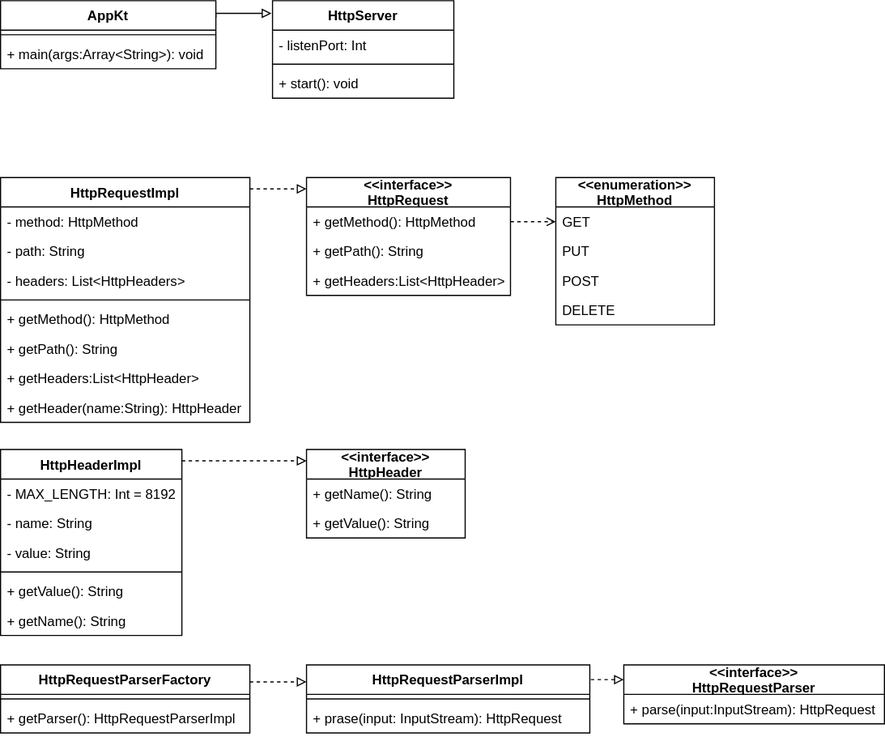
Earlier version of the draw.io export drawio/design.dio.svg (omuomu/http-server-kotlin). Source tidied: cells renumbered, new cells last; positions are measured from the earlier drawing's top-left corner, leaving out a move shared by most shapes.
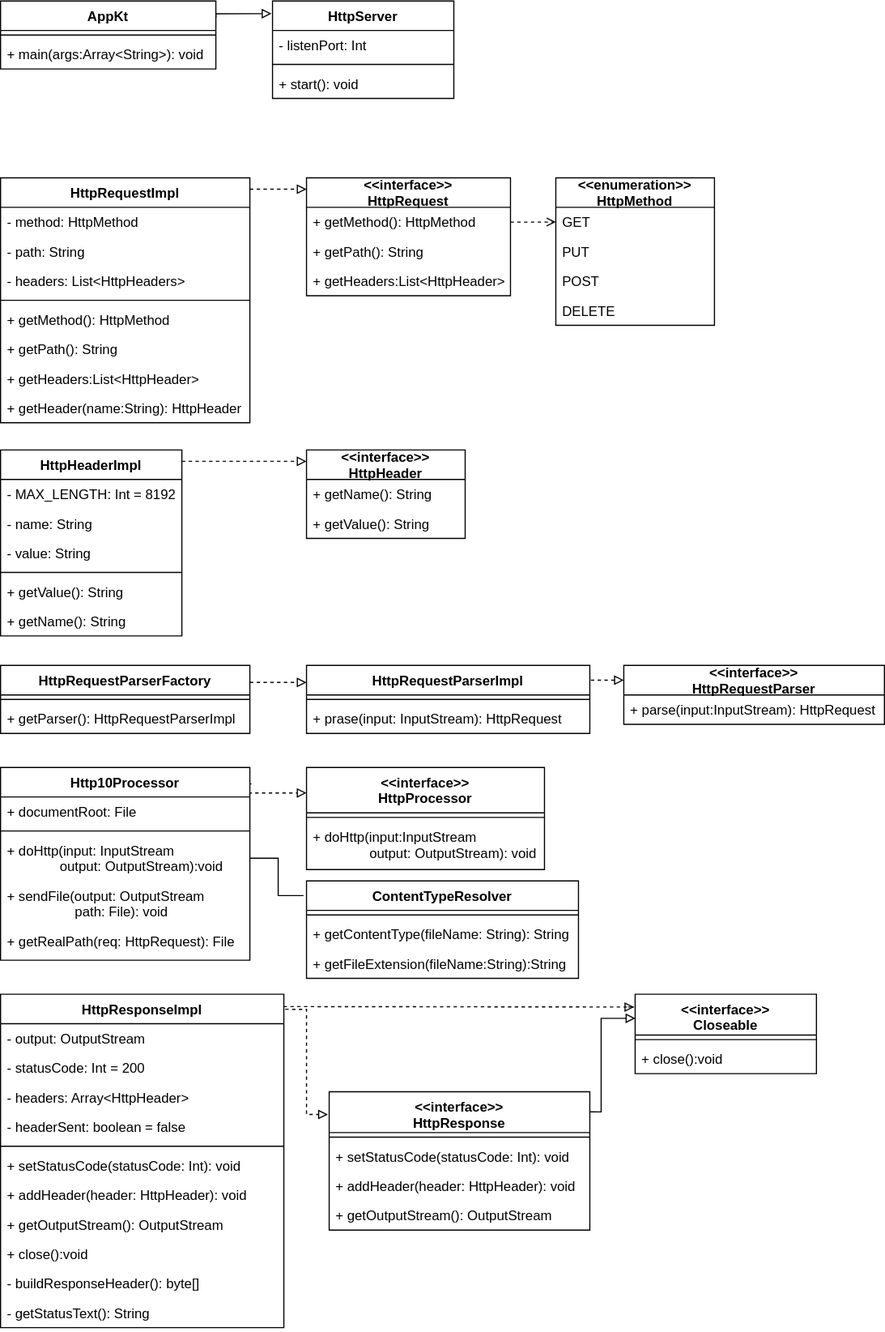
After the commit.

Change to the diagram source:
```diff
@@ -169,5 +169,137 @@
     <mxCell id="50" value="+ prase(input: InputStream): HttpRequest" style="text;strokeColor=none;fillColor=none;align=left;verticalAlign=top;spacingLeft=4;spacingRight=4;overflow=hidden;" parent="48" vertex="1">
       <mxGeometry y="34" width="250" height="26" as="geometry" />
     </mxCell>
+    <mxCell id="51" style="edgeStyle=orthogonalEdgeStyle;rounded=0;jettySize=auto;html=1;exitX=1.006;exitY=0.085;exitDx=0;exitDy=0;entryX=0;entryY=0.25;entryDx=0;entryDy=0;exitPerimeter=0;endArrow=block;endFill=0;dashed=1;" parent="1" edge="1" source="63" target="56">
+      <mxGeometry relative="1" as="geometry">
+        <Array as="points">
+          <mxPoint x="101" y="699" />
+        </Array>
+      </mxGeometry>
+    </mxCell>
+    <mxCell id="52" style="edgeStyle=orthogonalEdgeStyle;rounded=0;jettySize=auto;html=1;exitX=1;exitY=0.5;exitDx=0;exitDy=0;entryX=-0.011;entryY=0.151;entryDx=0;entryDy=0;entryPerimeter=0;startArrow=none;startFill=0;endArrow=none;endFill=0;" parent="1" edge="1" source="66" target="59">
+      <mxGeometry relative="1" as="geometry" />
+    </mxCell>
+    <mxCell id="53" style="edgeStyle=orthogonalEdgeStyle;rounded=0;jettySize=auto;html=1;exitX=0.999;exitY=0.145;exitDx=0;exitDy=0;entryX=0.001;entryY=0.303;entryDx=0;entryDy=0;startArrow=none;startFill=0;endArrow=block;endFill=0;exitPerimeter=0;entryPerimeter=0;" parent="1" edge="1" source="84" target="81">
+      <mxGeometry relative="1" as="geometry">
+        <Array as="points">
+          <mxPoint x="530" y="980" />
+          <mxPoint x="530" y="897" />
+        </Array>
+      </mxGeometry>
+    </mxCell>
+    <mxCell id="54" style="edgeStyle=orthogonalEdgeStyle;rounded=0;jettySize=auto;html=1;exitX=0.999;exitY=0.037;exitDx=0;exitDy=0;startArrow=none;startFill=0;endArrow=block;endFill=0;dashed=1;exitPerimeter=0;entryX=-0.005;entryY=0.161;entryDx=0;entryDy=0;entryPerimeter=0;" parent="1" edge="1" source="69" target="81">
+      <mxGeometry relative="1" as="geometry">
+        <Array as="points">
+          <mxPoint x="559" y="887" />
+        </Array>
+      </mxGeometry>
+    </mxCell>
+    <mxCell id="55" style="edgeStyle=orthogonalEdgeStyle;rounded=0;jettySize=auto;html=1;exitX=1.005;exitY=0.045;exitDx=0;exitDy=0;entryX=-0.005;entryY=0.164;entryDx=0;entryDy=0;startArrow=none;startFill=0;endArrow=block;endFill=0;dashed=1;exitPerimeter=0;entryPerimeter=0;" parent="1" edge="1" source="69" target="84">
+      <mxGeometry relative="1" as="geometry">
+        <Array as="points">
+          <mxPoint x="270" y="889" />
+          <mxPoint x="270" y="982" />
+        </Array>
+      </mxGeometry>
+    </mxCell>
+    <mxCell id="56" value="&lt;&lt;interface&gt;&gt;&#10;HttpProcessor" style="swimlane;fontStyle=1;align=center;verticalAlign=top;horizontal=1;startSize=40;" parent="1" vertex="1">
+      <mxGeometry x="270" y="676" width="210" height="90" as="geometry" />
+    </mxCell>
+    <mxCell id="57" style="line;strokeWidth=1;fillColor=none;align=left;verticalAlign=middle;spacingTop=-1;spacingLeft=3;spacingRight=3;labelPosition=right;" parent="56" vertex="1">
+      <mxGeometry y="40" width="210" height="8" as="geometry" />
+    </mxCell>
+    <mxCell id="58" value="+ doHttp(input:InputStream&#10;               output: OutputStream): void" style="text;strokeColor=none;fillColor=none;align=left;verticalAlign=top;spacingLeft=4;spacingRight=4;overflow=hidden;" parent="56" vertex="1">
+      <mxGeometry y="48" width="210" height="42" as="geometry" />
+    </mxCell>
+    <mxCell id="59" value="ContentTypeResolver" style="swimlane;fontStyle=1;align=center;verticalAlign=top;horizontal=1;startSize=26;" parent="1" vertex="1">
+      <mxGeometry x="270" y="776" width="240" height="86" as="geometry" />
+    </mxCell>
+    <mxCell id="60" style="line;strokeWidth=1;fillColor=none;align=left;verticalAlign=middle;spacingTop=-1;spacingLeft=3;spacingRight=3;labelPosition=right;" parent="59" vertex="1">
+      <mxGeometry y="26" width="240" height="8" as="geometry" />
+    </mxCell>
+    <mxCell id="61" value="+ getContentType(fileName: String): String" style="text;strokeColor=none;fillColor=none;align=left;verticalAlign=top;spacingLeft=4;spacingRight=4;overflow=hidden;" parent="59" vertex="1">
+      <mxGeometry y="34" width="240" height="26" as="geometry" />
+    </mxCell>
+    <mxCell id="62" value="+ getFileExtension(fileName:String):String" style="text;strokeColor=none;fillColor=none;align=left;verticalAlign=top;spacingLeft=4;spacingRight=4;overflow=hidden;" parent="59" vertex="1">
+      <mxGeometry y="60" width="240" height="26" as="geometry" />
+    </mxCell>
+    <mxCell id="63" value="Http10Processor" style="swimlane;fontStyle=1;align=center;verticalAlign=top;horizontal=1;startSize=26;" parent="1" vertex="1">
+      <mxGeometry y="676" width="220" height="170" as="geometry" />
+    </mxCell>
+    <mxCell id="64" value="+ documentRoot: File" style="text;strokeColor=none;fillColor=none;align=left;verticalAlign=top;spacingLeft=4;spacingRight=4;overflow=hidden;" parent="63" vertex="1">
+      <mxGeometry y="26" width="220" height="26" as="geometry" />
+    </mxCell>
+    <mxCell id="65" style="line;strokeWidth=1;fillColor=none;align=left;verticalAlign=middle;spacingTop=-1;spacingLeft=3;spacingRight=3;labelPosition=right;" parent="63" vertex="1">
+      <mxGeometry y="52" width="220" height="8" as="geometry" />
+    </mxCell>
+    <mxCell id="66" value="+ doHttp(input: InputStream&#10;              output: OutputStream):void" style="text;strokeColor=none;fillColor=none;align=left;verticalAlign=top;spacingLeft=4;spacingRight=4;overflow=hidden;points=[[0,0.5],[1,0.5]];portConstraint=eastwest;" parent="63" vertex="1">
+      <mxGeometry y="60" width="220" height="40" as="geometry" />
+    </mxCell>
+    <mxCell id="67" value="+ sendFile(output: OutputStream&#10;                  path: File): void" style="text;strokeColor=none;fillColor=none;align=left;verticalAlign=top;spacingLeft=4;spacingRight=4;overflow=hidden;" parent="63" vertex="1">
+      <mxGeometry y="100" width="220" height="40" as="geometry" />
+    </mxCell>
+    <mxCell id="68" value="+ getRealPath(req: HttpRequest): File" style="text;strokeColor=none;fillColor=none;align=left;verticalAlign=top;spacingLeft=4;spacingRight=4;overflow=hidden;" parent="63" vertex="1">
+      <mxGeometry y="140" width="220" height="30" as="geometry" />
+    </mxCell>
+    <mxCell id="69" value="HttpResponseImpl" style="swimlane;fontStyle=1;align=center;verticalAlign=top;horizontal=1;startSize=26;" parent="1" vertex="1">
+      <mxGeometry y="876" width="250" height="294" as="geometry" />
+    </mxCell>
+    <mxCell id="70" value="- output: OutputStream" style="text;strokeColor=none;fillColor=none;align=left;verticalAlign=top;spacingLeft=4;spacingRight=4;overflow=hidden;" parent="69" vertex="1">
+      <mxGeometry y="26" width="250" height="26" as="geometry" />
+    </mxCell>
+    <mxCell id="71" value="- statusCode: Int = 200" style="text;strokeColor=none;fillColor=none;align=left;verticalAlign=top;spacingLeft=4;spacingRight=4;overflow=hidden;" parent="69" vertex="1">
+      <mxGeometry y="52" width="250" height="26" as="geometry" />
+    </mxCell>
+    <mxCell id="72" value="- headers: Array&lt;HttpHeader&gt;" style="text;strokeColor=none;fillColor=none;align=left;verticalAlign=top;spacingLeft=4;spacingRight=4;overflow=hidden;" parent="69" vertex="1">
+      <mxGeometry y="78" width="250" height="26" as="geometry" />
+    </mxCell>
+    <mxCell id="73" value="- headerSent: boolean = false" style="text;strokeColor=none;fillColor=none;align=left;verticalAlign=top;spacingLeft=4;spacingRight=4;overflow=hidden;" parent="69" vertex="1">
+      <mxGeometry y="104" width="250" height="26" as="geometry" />
+    </mxCell>
+    <mxCell id="74" style="line;strokeWidth=1;fillColor=none;align=left;verticalAlign=middle;spacingTop=-1;spacingLeft=3;spacingRight=3;labelPosition=right;" parent="69" vertex="1">
+      <mxGeometry y="130" width="250" height="8" as="geometry" />
+    </mxCell>
+    <mxCell id="75" value="+ setStatusCode(statusCode: Int): void" style="text;strokeColor=none;fillColor=none;align=left;verticalAlign=top;spacingLeft=4;spacingRight=4;overflow=hidden;" parent="69" vertex="1">
+      <mxGeometry y="138" width="250" height="26" as="geometry" />
+    </mxCell>
+    <mxCell id="76" value="+ addHeader(header: HttpHeader): void" style="text;strokeColor=none;fillColor=none;align=left;verticalAlign=top;spacingLeft=4;spacingRight=4;overflow=hidden;" parent="69" vertex="1">
+      <mxGeometry y="164" width="250" height="26" as="geometry" />
+    </mxCell>
+    <mxCell id="77" value="+ getOutputStream(): OutputStream" style="text;strokeColor=none;fillColor=none;align=left;verticalAlign=top;spacingLeft=4;spacingRight=4;overflow=hidden;" parent="69" vertex="1">
+      <mxGeometry y="190" width="250" height="26" as="geometry" />
+    </mxCell>
+    <mxCell id="78" value="+ close():void" style="text;strokeColor=none;fillColor=none;align=left;verticalAlign=top;spacingLeft=4;spacingRight=4;overflow=hidden;" parent="69" vertex="1">
+      <mxGeometry y="216" width="250" height="26" as="geometry" />
+    </mxCell>
+    <mxCell id="79" value="- buildResponseHeader(): byte[]" style="text;strokeColor=none;fillColor=none;align=left;verticalAlign=top;spacingLeft=4;spacingRight=4;overflow=hidden;" parent="69" vertex="1">
+      <mxGeometry y="242" width="250" height="26" as="geometry" />
+    </mxCell>
+    <mxCell id="80" value="- getStatusText(): String" style="text;strokeColor=none;fillColor=none;align=left;verticalAlign=top;spacingLeft=4;spacingRight=4;overflow=hidden;" parent="69" vertex="1">
+      <mxGeometry y="268" width="250" height="26" as="geometry" />
+    </mxCell>
+    <mxCell id="81" value="&lt;&lt;interface&gt;&gt;&#10;Closeable" style="swimlane;fontStyle=1;align=center;verticalAlign=top;horizontal=1;startSize=36;" parent="1" vertex="1">
+      <mxGeometry x="560" y="876" width="160" height="70" as="geometry" />
+    </mxCell>
+    <mxCell id="82" style="line;strokeWidth=1;fillColor=none;align=left;verticalAlign=middle;spacingTop=-1;spacingLeft=3;spacingRight=3;labelPosition=right;" parent="81" vertex="1">
+      <mxGeometry y="36" width="160" height="8" as="geometry" />
+    </mxCell>
+    <mxCell id="83" value="+ close():void" style="text;strokeColor=none;fillColor=none;align=left;verticalAlign=top;spacingLeft=4;spacingRight=4;overflow=hidden;" parent="81" vertex="1">
+      <mxGeometry y="44" width="160" height="26" as="geometry" />
+    </mxCell>
+    <mxCell id="84" value="&lt;&lt;interface&gt;&gt;&#10;HttpResponse" style="swimlane;fontStyle=1;align=center;verticalAlign=top;horizontal=1;startSize=36;" parent="1" vertex="1">
+      <mxGeometry x="290" y="962" width="230" height="122" as="geometry" />
+    </mxCell>
+    <mxCell id="85" style="line;strokeWidth=1;fillColor=none;align=left;verticalAlign=middle;spacingTop=-1;spacingLeft=3;spacingRight=3;labelPosition=right;" parent="84" vertex="1">
+      <mxGeometry y="36" width="230" height="8" as="geometry" />
+    </mxCell>
+    <mxCell id="86" value="+ setStatusCode(statusCode: Int): void" style="text;strokeColor=none;fillColor=none;align=left;verticalAlign=top;spacingLeft=4;spacingRight=4;overflow=hidden;" parent="84" vertex="1">
+      <mxGeometry y="44" width="230" height="26" as="geometry" />
+    </mxCell>
+    <mxCell id="87" value="+ addHeader(header: HttpHeader): void" style="text;strokeColor=none;fillColor=none;align=left;verticalAlign=top;spacingLeft=4;spacingRight=4;overflow=hidden;" parent="84" vertex="1">
+      <mxGeometry y="70" width="230" height="26" as="geometry" />
+    </mxCell>
+    <mxCell id="88" value="+ getOutputStream(): OutputStream" style="text;strokeColor=none;fillColor=none;align=left;verticalAlign=top;spacingLeft=4;spacingRight=4;overflow=hidden;" parent="84" vertex="1">
+      <mxGeometry y="96" width="230" height="26" as="geometry" />
+    </mxCell>
   </root>
 </mxGraphModel>
```
